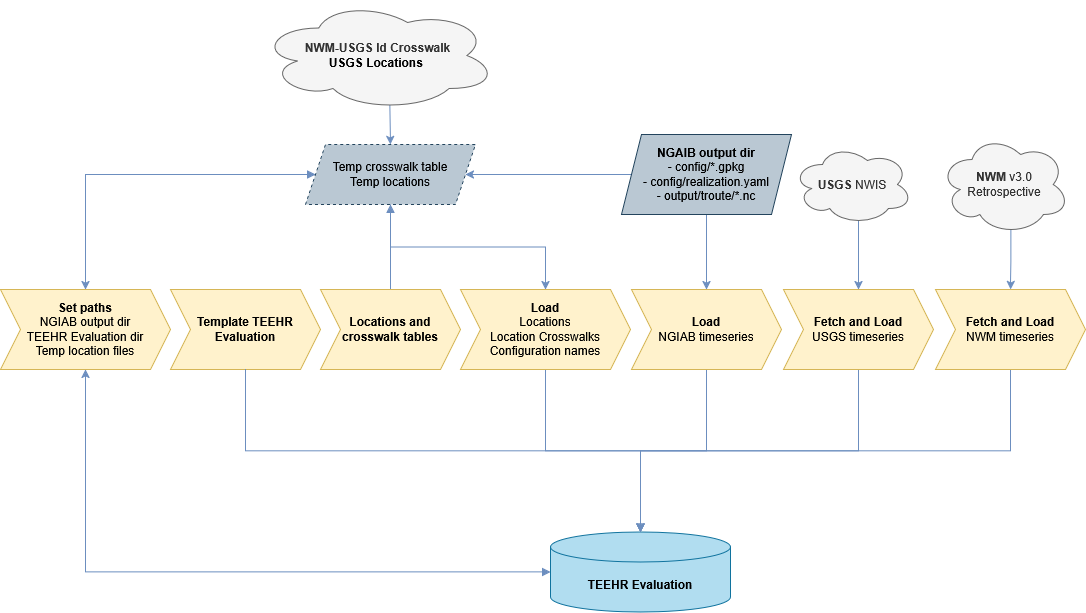
This is materials/images/create_teehr_evaluation.png from RTIInternational/teehr-devcon25-workshop, a draw.io export, as it was before one commit. Source tidied: cells renumbered, new cells last; positions are measured from the earlier drawing's top-left corner, leaving out a move shared by most shapes.
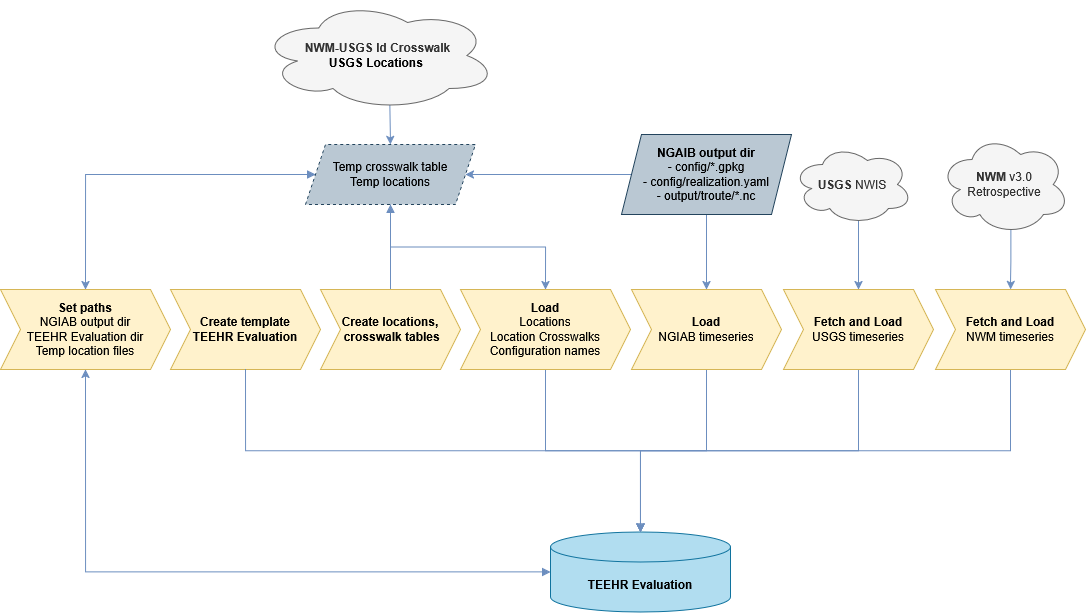
Later version of the same file.

Change to the diagram source:
```diff
@@ -56,10 +56,10 @@
     <mxCell id="19" value="&lt;b&gt;Set paths&lt;/b&gt;&lt;div&gt;NGIAB output dir&lt;/div&gt;&lt;div&gt;TEEHR Evaluation dir&lt;/div&gt;&lt;div&gt;Temp location files&lt;/div&gt;" style="shape=step;perimeter=stepPerimeter;whiteSpace=wrap;html=1;fixedSize=1;fillColor=#fff2cc;strokeColor=#d6b656;" parent="1" vertex="1">
       <mxGeometry y="289" width="170" height="80" as="geometry" />
     </mxCell>
-    <mxCell id="20" value="&lt;b&gt;Locations and crosswalk tables&lt;/b&gt;" style="shape=step;perimeter=stepPerimeter;whiteSpace=wrap;html=1;fixedSize=1;fillColor=#fff2cc;strokeColor=#d6b656;" parent="1" vertex="1">
+    <mxCell id="20" value="&lt;div&gt;&lt;b&gt;Create locations,&lt;/b&gt;&lt;/div&gt;&lt;div&gt;&lt;b&gt;&amp;nbsp;crosswalk tables&lt;/b&gt;&lt;/div&gt;" style="shape=step;perimeter=stepPerimeter;whiteSpace=wrap;html=1;fixedSize=1;fillColor=#fff2cc;strokeColor=#d6b656;" parent="1" vertex="1">
       <mxGeometry x="320" y="289" width="140" height="80" as="geometry" />
     </mxCell>
-    <mxCell id="21" value="&lt;b&gt;Template TEEHR Evaluation&lt;/b&gt;" style="shape=step;perimeter=stepPerimeter;whiteSpace=wrap;html=1;fixedSize=1;fillColor=#fff2cc;strokeColor=#d6b656;" parent="1" vertex="1">
+    <mxCell id="21" value="&lt;div&gt;&lt;b&gt;Create template&lt;/b&gt;&lt;/div&gt;&lt;div&gt;&lt;b&gt;TEEHR Evaluation&lt;/b&gt;&lt;/div&gt;" style="shape=step;perimeter=stepPerimeter;whiteSpace=wrap;html=1;fixedSize=1;fillColor=#fff2cc;strokeColor=#d6b656;" parent="1" vertex="1">
       <mxGeometry x="170" y="289" width="150" height="80" as="geometry" />
     </mxCell>
     <mxCell id="22" style="edgeStyle=orthogonalEdgeStyle;rounded=0;jettySize=auto;html=1;fillColor=#dae8fc;strokeColor=#6c8ebf;" parent="1" edge="1" source="23" target="8">
```
